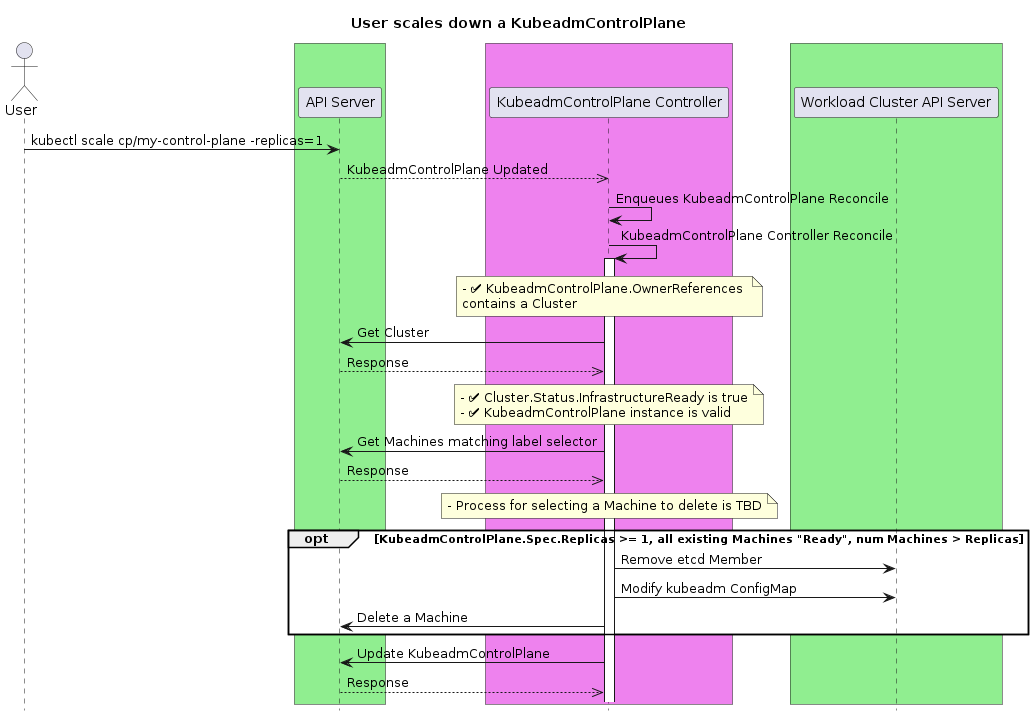
This is docs/proposals/images/controlplane/controlplane-init-7.png from kubernetes-sigs/cluster-api, a PlantUML export, as it was before one commit.
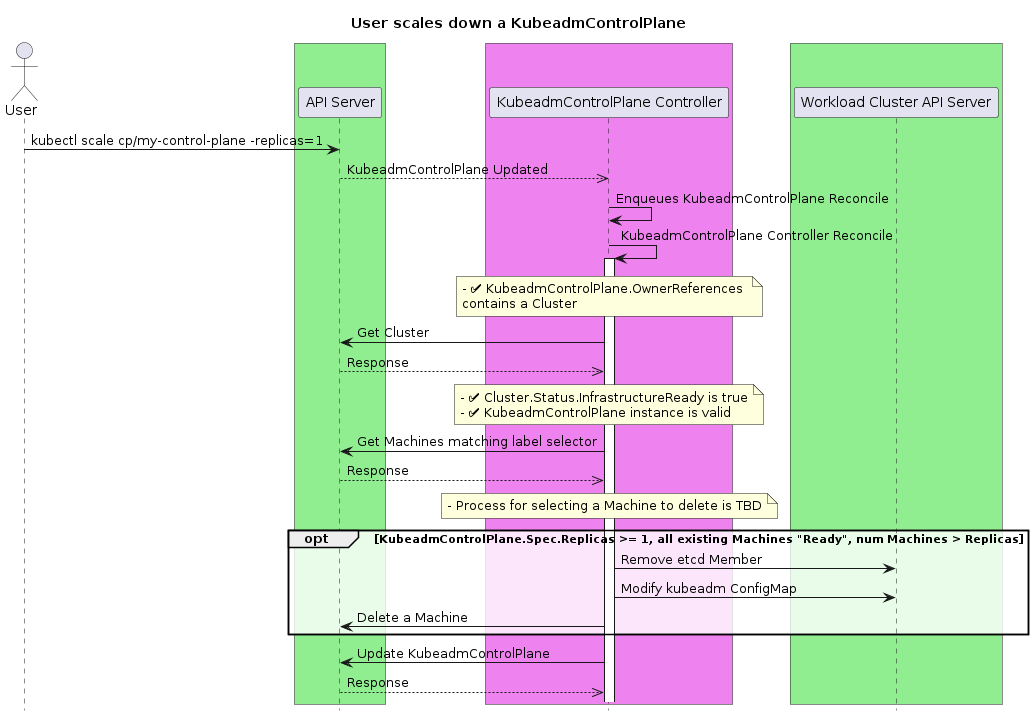
Later version of the same file.

What changed in the source:
```diff
@@ -36,7 +36,7 @@
 
 note over "KubeadmControlPlane Controller": - Process for selecting a Machine to delete is TBD
 
-opt #white KubeadmControlPlane.Spec.Replicas >= 1, all existing Machines "Ready", num Machines > Replicas
+opt #FFFFFFCC KubeadmControlPlane.Spec.Replicas >= 1, all existing Machines "Ready", num Machines > Replicas
 
 "KubeadmControlPlane Controller"->"Workload Cluster API Server": Remove etcd Member
 
```
